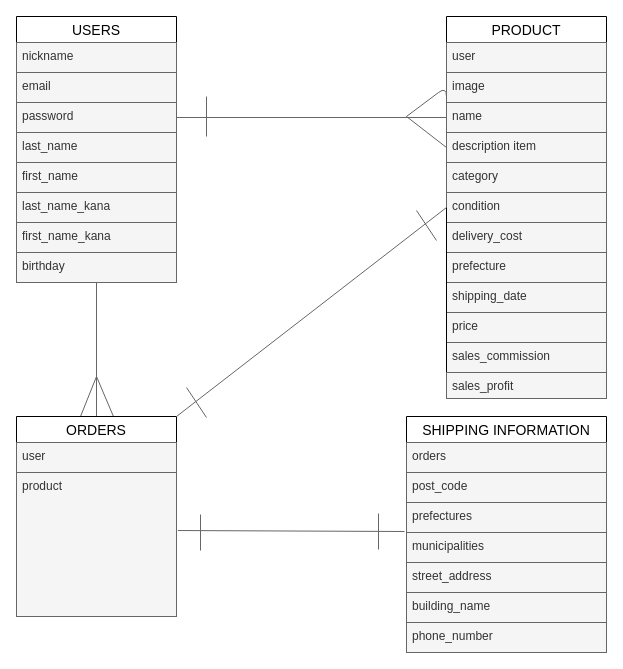
Before: app/furima.dio in yuta-chi/furima-40217, a draw.io diagram. Source tidied: cells renumbered, new cells numbered last; positions are measured from the earlier drawing's top-left corner, leaving out a move shared by most shapes. Both pictures are drawn from the tidied source at 100%, with x=0, y=0 at pixel (16, 16).
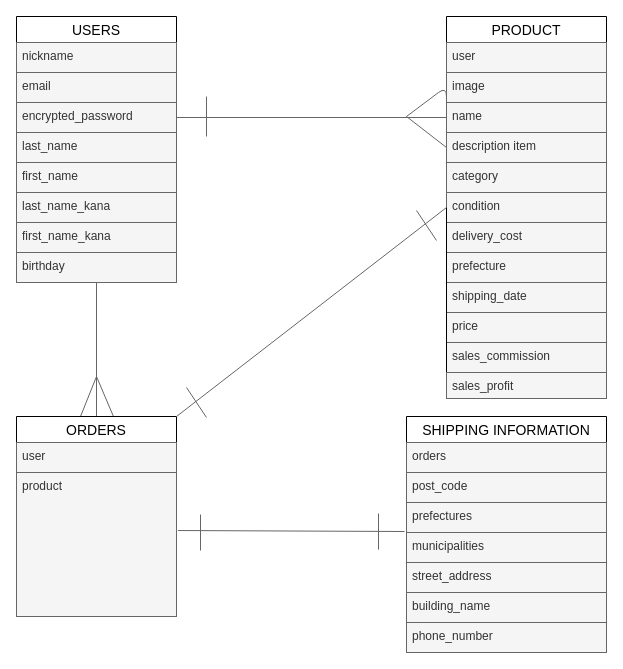
After the change.

Commit message (it also covers changes not shown here):
データベース設計　修正

The change refers to these unchanged cells:
```xml
<mxCell id="3" value="USERS" style="swimlane;fontStyle=0;horizontal=1;startSize=26;align=center;fontSize=14;" parent="1" vertex="1">
  <mxGeometry width="160" height="266" as="geometry" />
</mxCell>
```

The edit, as a diff of the source:
```diff
@@
-    <mxCell id="6" value="password" style="text;strokeColor=#666666;fillColor=#f5f5f5;spacingLeft=4;spacingRight=4;overflow=hidden;points=[[0,0.5],[1,0.5]];portConstraint=eastwest;fontSize=12;fontColor=#333333;" parent="3" vertex="1">
+    <mxCell id="6" value="encrypted_password" style="text;strokeColor=#666666;fillColor=#f5f5f5;spacingLeft=4;spacingRight=4;overflow=hidden;points=[[0,0.5],[1,0.5]];portConstraint=eastwest;fontSize=12;fontColor=#333333;" parent="3" vertex="1">
       <mxGeometry y="86" width="160" height="30" as="geometry" />
     </mxCell>
```
